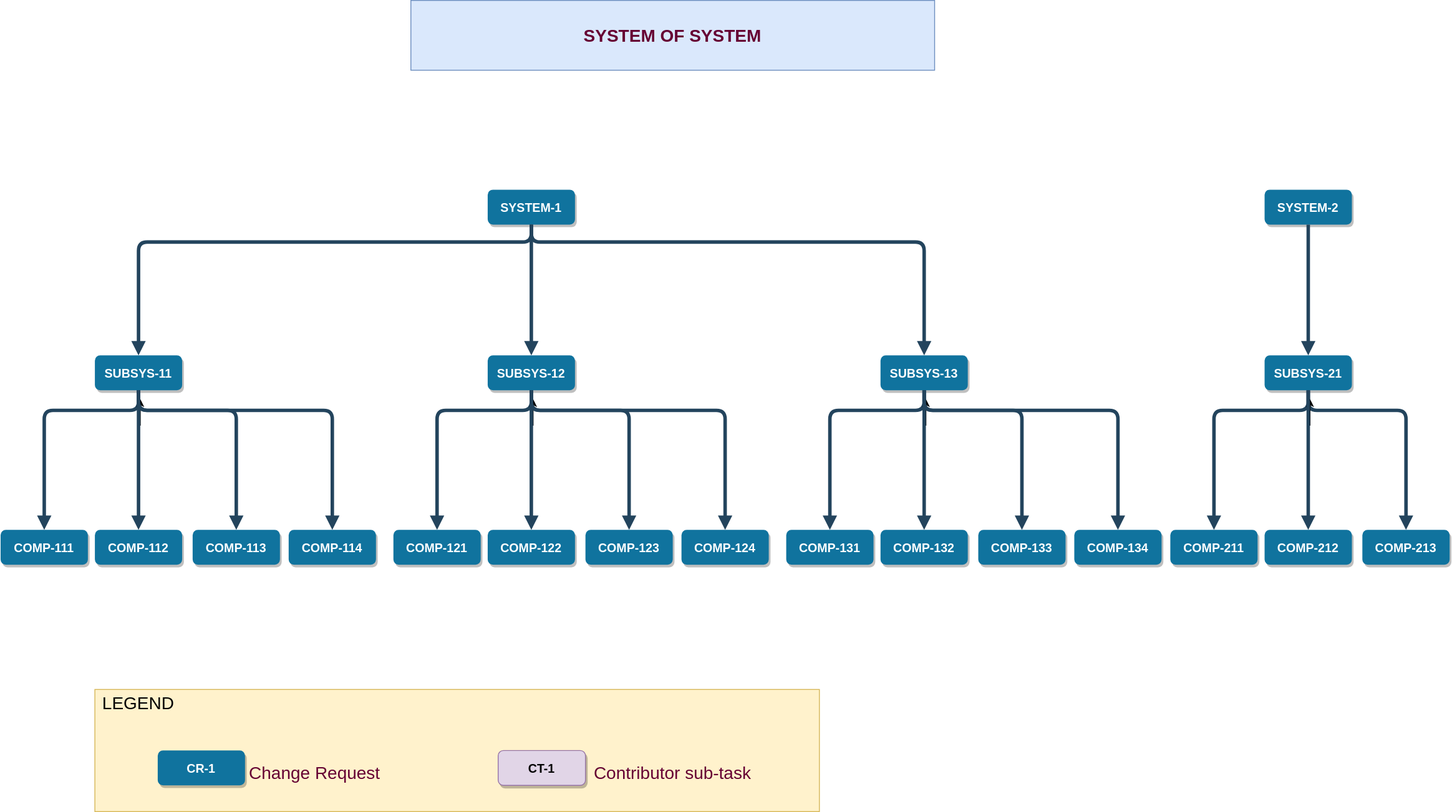
The draw.io diagram SOS_Rhythm2_Contributions.svg in alaindelanay/drawings, before a commit. Source tidied: cells renumbered, new cells last; positions are measured from the earlier drawing's top-left corner, leaving out a move shared by most shapes. Source of this version:
```xml
<mxGraphModel>
  <root>
    <mxCell id="0" />
    <mxCell id="1" parent="0" />
    <mxCell id="2" style="rounded=0;whiteSpace=wrap;html=1;fontSize=20;fillColor=#fff2cc;strokeColor=#d6b656;" parent="1" vertex="1">
      <mxGeometry x="108" y="790" width="830" height="140" as="geometry" />
    </mxCell>
    <mxCell id="3" value="SYSTEM-1" style="rounded=1;fillColor=#10739E;strokeColor=none;shadow=1;gradientColor=none;fontStyle=1;fontColor=#FFFFFF;fontSize=14;" parent="1" vertex="1">
      <mxGeometry x="558" y="217" width="100" height="40" as="geometry" />
    </mxCell>
    <mxCell id="4" value="SUBSYS-11" style="rounded=1;fillColor=#10739E;strokeColor=none;shadow=1;gradientColor=none;fontStyle=1;fontColor=#FFFFFF;fontSize=14;" parent="1" vertex="1">
      <mxGeometry x="108" y="407" width="100" height="40" as="geometry" />
    </mxCell>
    <mxCell id="5" value="COMP-113" style="rounded=1;fillColor=#10739E;strokeColor=none;shadow=1;gradientColor=none;fontStyle=1;fontColor=#FFFFFF;fontSize=14;" parent="1" vertex="1">
      <mxGeometry x="220" y="607" width="100" height="40" as="geometry" />
    </mxCell>
    <mxCell id="6" style="edgeStyle=elbowEdgeStyle;elbow=vertical;strokeWidth=4;endArrow=block;endFill=1;fontStyle=1;strokeColor=#23445D;exitX=0.5;exitY=1;exitDx=0;exitDy=0;entryX=0.5;entryY=0;entryDx=0;entryDy=0;" parent="1" edge="1" source="3" target="4">
      <mxGeometry x="50" y="-17.5" as="geometry">
        <Array as="points">
          <mxPoint x="248" y="277" />
          <mxPoint x="218" y="317" />
          <mxPoint x="520" y="312.5" />
        </Array>
      </mxGeometry>
    </mxCell>
    <mxCell id="7" style="edgeStyle=elbowEdgeStyle;elbow=vertical;strokeWidth=4;endArrow=block;endFill=1;fontStyle=1;strokeColor=#23445D;exitX=0.5;exitY=1;exitDx=0;exitDy=0;entryX=0.5;entryY=0;entryDx=0;entryDy=0;" parent="1" edge="1" source="3" target="27">
      <mxGeometry x="50" y="-17.5" as="geometry">
        <Array as="points">
          <mxPoint x="570" y="277" />
        </Array>
      </mxGeometry>
    </mxCell>
    <mxCell id="8" style="edgeStyle=elbowEdgeStyle;elbow=vertical;strokeWidth=4;endArrow=block;endFill=1;fontStyle=1;strokeColor=#23445D;entryX=0.5;entryY=0;entryDx=0;entryDy=0;" parent="1" edge="1" source="4" target="5">
      <mxGeometry x="90" y="-67.5" as="geometry">
        <Array as="points">
          <mxPoint x="220" y="470" />
        </Array>
      </mxGeometry>
    </mxCell>
    <mxCell id="9" style="edgeStyle=elbowEdgeStyle;elbow=vertical;strokeWidth=4;endArrow=block;endFill=1;fontStyle=1;strokeColor=#23445D;exitX=0.5;exitY=1;exitDx=0;exitDy=0;entryX=0.5;entryY=0;entryDx=0;entryDy=0;" parent="1" edge="1" source="3" target="17">
      <mxGeometry x="330" y="-17.5" as="geometry">
        <Array as="points">
          <mxPoint x="608" y="277" />
        </Array>
      </mxGeometry>
    </mxCell>
    <mxCell id="10" value="COMP-111" style="rounded=1;fillColor=#10739E;strokeColor=none;shadow=1;gradientColor=none;fontStyle=1;fontColor=#FFFFFF;fontSize=14;" parent="1" vertex="1">
      <mxGeometry y="607" width="100" height="40" as="geometry" />
    </mxCell>
    <mxCell id="11" style="edgeStyle=elbowEdgeStyle;elbow=vertical;strokeWidth=4;endArrow=block;endFill=1;fontStyle=1;strokeColor=#23445D;exitX=0.5;exitY=1;exitDx=0;exitDy=0;entryX=0.5;entryY=0;entryDx=0;entryDy=0;" parent="1" edge="1" source="4" target="10">
      <mxGeometry x="-160" y="-67.5" as="geometry">
        <Array as="points">
          <mxPoint x="100" y="470" />
        </Array>
      </mxGeometry>
    </mxCell>
    <mxCell id="12" style="edgeStyle=orthogonalEdgeStyle;rounded=0;orthogonalLoop=1;jettySize=auto;html=1;" parent="1" edge="1">
      <mxGeometry relative="1" as="geometry">
        <mxPoint x="158" y="487" as="sourcePoint" />
        <mxPoint x="160" y="457" as="targetPoint" />
      </mxGeometry>
    </mxCell>
    <mxCell id="13" value="COMP-112" style="rounded=1;fillColor=#10739E;strokeColor=none;shadow=1;gradientColor=none;fontStyle=1;fontColor=#FFFFFF;fontSize=14;" parent="1" vertex="1">
      <mxGeometry x="108" y="607" width="100" height="40" as="geometry" />
    </mxCell>
    <mxCell id="14" style="edgeStyle=elbowEdgeStyle;elbow=vertical;strokeWidth=4;endArrow=block;endFill=1;fontStyle=1;strokeColor=#23445D;exitX=0.5;exitY=1;exitDx=0;exitDy=0;entryX=0.5;entryY=0;entryDx=0;entryDy=0;" parent="1" edge="1" source="4" target="13">
      <mxGeometry x="-150" y="-57.5" as="geometry" />
    </mxCell>
    <mxCell id="15" value="COMP-114" style="rounded=1;fillColor=#10739E;strokeColor=none;shadow=1;gradientColor=none;fontStyle=1;fontColor=#FFFFFF;fontSize=14;" parent="1" vertex="1">
      <mxGeometry x="330" y="607" width="100" height="40" as="geometry" />
    </mxCell>
    <mxCell id="16" style="edgeStyle=elbowEdgeStyle;elbow=vertical;strokeWidth=4;endArrow=block;endFill=1;fontStyle=1;strokeColor=#23445D;entryX=0.5;entryY=0;entryDx=0;entryDy=0;exitX=0.5;exitY=1;exitDx=0;exitDy=0;" parent="1" edge="1" source="4" target="15">
      <mxGeometry x="100" y="-57.5" as="geometry">
        <Array as="points">
          <mxPoint x="270" y="470" />
        </Array>
      </mxGeometry>
    </mxCell>
    <mxCell id="17" value="SUBSYS-12" style="rounded=1;fillColor=#10739E;strokeColor=none;shadow=1;gradientColor=none;fontStyle=1;fontColor=#FFFFFF;fontSize=14;" parent="1" vertex="1">
      <mxGeometry x="558" y="407" width="100" height="40" as="geometry" />
    </mxCell>
    <mxCell id="18" value="COMP-123" style="rounded=1;fillColor=#10739E;strokeColor=none;shadow=1;gradientColor=none;fontStyle=1;fontColor=#FFFFFF;fontSize=14;" parent="1" vertex="1">
      <mxGeometry x="670" y="607" width="100" height="40" as="geometry" />
    </mxCell>
    <mxCell id="19" style="edgeStyle=elbowEdgeStyle;elbow=vertical;strokeWidth=4;endArrow=block;endFill=1;fontStyle=1;strokeColor=#23445D;entryX=0.5;entryY=0;entryDx=0;entryDy=0;" parent="1" edge="1" source="17" target="18">
      <mxGeometry x="540" y="-67.5" as="geometry">
        <Array as="points">
          <mxPoint x="660" y="470" />
        </Array>
      </mxGeometry>
    </mxCell>
    <mxCell id="20" value="COMP-121" style="rounded=1;fillColor=#10739E;strokeColor=none;shadow=1;gradientColor=none;fontStyle=1;fontColor=#FFFFFF;fontSize=14;" parent="1" vertex="1">
      <mxGeometry x="450" y="607" width="100" height="40" as="geometry" />
    </mxCell>
    <mxCell id="21" style="edgeStyle=elbowEdgeStyle;elbow=vertical;strokeWidth=4;endArrow=block;endFill=1;fontStyle=1;strokeColor=#23445D;exitX=0.5;exitY=1;exitDx=0;exitDy=0;entryX=0.5;entryY=0;entryDx=0;entryDy=0;" parent="1" edge="1" source="17" target="20">
      <mxGeometry x="290" y="-67.5" as="geometry">
        <Array as="points">
          <mxPoint x="550" y="470" />
        </Array>
      </mxGeometry>
    </mxCell>
    <mxCell id="22" style="edgeStyle=orthogonalEdgeStyle;rounded=0;orthogonalLoop=1;jettySize=auto;html=1;" parent="1" edge="1">
      <mxGeometry relative="1" as="geometry">
        <mxPoint x="608" y="487" as="sourcePoint" />
        <mxPoint x="610" y="457" as="targetPoint" />
      </mxGeometry>
    </mxCell>
    <mxCell id="23" value="COMP-122" style="rounded=1;fillColor=#10739E;strokeColor=none;shadow=1;gradientColor=none;fontStyle=1;fontColor=#FFFFFF;fontSize=14;" parent="1" vertex="1">
      <mxGeometry x="558" y="607" width="100" height="40" as="geometry" />
    </mxCell>
    <mxCell id="24" style="edgeStyle=elbowEdgeStyle;elbow=vertical;strokeWidth=4;endArrow=block;endFill=1;fontStyle=1;strokeColor=#23445D;exitX=0.5;exitY=1;exitDx=0;exitDy=0;entryX=0.5;entryY=0;entryDx=0;entryDy=0;" parent="1" edge="1" source="17" target="23">
      <mxGeometry x="300" y="-57.5" as="geometry" />
    </mxCell>
    <mxCell id="25" value="COMP-124" style="rounded=1;fillColor=#10739E;strokeColor=none;shadow=1;gradientColor=none;fontStyle=1;fontColor=#FFFFFF;fontSize=14;" parent="1" vertex="1">
      <mxGeometry x="780" y="607" width="100" height="40" as="geometry" />
    </mxCell>
    <mxCell id="26" style="edgeStyle=elbowEdgeStyle;elbow=vertical;strokeWidth=4;endArrow=block;endFill=1;fontStyle=1;strokeColor=#23445D;entryX=0.5;entryY=0;entryDx=0;entryDy=0;exitX=0.5;exitY=1;exitDx=0;exitDy=0;" parent="1" edge="1" source="17" target="25">
      <mxGeometry x="550" y="-57.5" as="geometry">
        <Array as="points">
          <mxPoint x="650" y="470" />
        </Array>
      </mxGeometry>
    </mxCell>
    <mxCell id="27" value="SUBSYS-13" style="rounded=1;fillColor=#10739E;strokeColor=none;shadow=1;gradientColor=none;fontStyle=1;fontColor=#FFFFFF;fontSize=14;" parent="1" vertex="1">
      <mxGeometry x="1008" y="407" width="100" height="40" as="geometry" />
    </mxCell>
    <mxCell id="28" value="COMP-133" style="rounded=1;fillColor=#10739E;strokeColor=none;shadow=1;gradientColor=none;fontStyle=1;fontColor=#FFFFFF;fontSize=14;" parent="1" vertex="1">
      <mxGeometry x="1120" y="607" width="100" height="40" as="geometry" />
    </mxCell>
    <mxCell id="29" style="edgeStyle=elbowEdgeStyle;elbow=vertical;strokeWidth=4;endArrow=block;endFill=1;fontStyle=1;strokeColor=#23445D;entryX=0.5;entryY=0;entryDx=0;entryDy=0;" parent="1" edge="1" source="27" target="28">
      <mxGeometry x="990" y="-67.5" as="geometry">
        <Array as="points">
          <mxPoint x="1110" y="470" />
        </Array>
      </mxGeometry>
    </mxCell>
    <mxCell id="30" value="COMP-131" style="rounded=1;fillColor=#10739E;strokeColor=none;shadow=1;gradientColor=none;fontStyle=1;fontColor=#FFFFFF;fontSize=14;" parent="1" vertex="1">
      <mxGeometry x="900" y="607" width="100" height="40" as="geometry" />
    </mxCell>
    <mxCell id="31" style="edgeStyle=elbowEdgeStyle;elbow=vertical;strokeWidth=4;endArrow=block;endFill=1;fontStyle=1;strokeColor=#23445D;exitX=0.5;exitY=1;exitDx=0;exitDy=0;entryX=0.5;entryY=0;entryDx=0;entryDy=0;" parent="1" edge="1" source="27" target="30">
      <mxGeometry x="740" y="-67.5" as="geometry">
        <Array as="points">
          <mxPoint x="1000" y="470" />
        </Array>
      </mxGeometry>
    </mxCell>
    <mxCell id="32" style="edgeStyle=orthogonalEdgeStyle;rounded=0;orthogonalLoop=1;jettySize=auto;html=1;" parent="1" edge="1">
      <mxGeometry relative="1" as="geometry">
        <mxPoint x="1058" y="487" as="sourcePoint" />
        <mxPoint x="1060" y="457" as="targetPoint" />
      </mxGeometry>
    </mxCell>
    <mxCell id="33" value="COMP-132" style="rounded=1;fillColor=#10739E;strokeColor=none;shadow=1;gradientColor=none;fontStyle=1;fontColor=#FFFFFF;fontSize=14;" parent="1" vertex="1">
      <mxGeometry x="1008" y="607" width="100" height="40" as="geometry" />
    </mxCell>
    <mxCell id="34" style="edgeStyle=elbowEdgeStyle;elbow=vertical;strokeWidth=4;endArrow=block;endFill=1;fontStyle=1;strokeColor=#23445D;exitX=0.5;exitY=1;exitDx=0;exitDy=0;entryX=0.5;entryY=0;entryDx=0;entryDy=0;" parent="1" edge="1" source="27" target="33">
      <mxGeometry x="750" y="-57.5" as="geometry" />
    </mxCell>
    <mxCell id="35" value="COMP-134" style="rounded=1;fillColor=#10739E;strokeColor=none;shadow=1;gradientColor=none;fontStyle=1;fontColor=#FFFFFF;fontSize=14;" parent="1" vertex="1">
      <mxGeometry x="1230" y="607" width="100" height="40" as="geometry" />
    </mxCell>
    <mxCell id="36" style="edgeStyle=elbowEdgeStyle;elbow=vertical;strokeWidth=4;endArrow=block;endFill=1;fontStyle=1;strokeColor=#23445D;entryX=0.5;entryY=0;entryDx=0;entryDy=0;exitX=0.5;exitY=1;exitDx=0;exitDy=0;" parent="1" edge="1" source="27" target="35">
      <mxGeometry x="1000" y="-57.5" as="geometry">
        <Array as="points">
          <mxPoint x="1220" y="470" />
        </Array>
      </mxGeometry>
    </mxCell>
    <mxCell id="37" value="SUBSYS-21" style="rounded=1;fillColor=#10739E;strokeColor=none;shadow=1;gradientColor=none;fontStyle=1;fontColor=#FFFFFF;fontSize=14;" parent="1" vertex="1">
      <mxGeometry x="1448" y="407" width="100" height="40" as="geometry" />
    </mxCell>
    <mxCell id="38" value="COMP-213" style="rounded=1;fillColor=#10739E;strokeColor=none;shadow=1;gradientColor=none;fontStyle=1;fontColor=#FFFFFF;fontSize=14;" parent="1" vertex="1">
      <mxGeometry x="1560" y="607" width="100" height="40" as="geometry" />
    </mxCell>
    <mxCell id="39" style="edgeStyle=elbowEdgeStyle;elbow=vertical;strokeWidth=4;endArrow=block;endFill=1;fontStyle=1;strokeColor=#23445D;entryX=0.5;entryY=0;entryDx=0;entryDy=0;" parent="1" edge="1" source="37" target="38">
      <mxGeometry x="1430" y="-67.5" as="geometry">
        <Array as="points">
          <mxPoint x="1550" y="470" />
        </Array>
      </mxGeometry>
    </mxCell>
    <mxCell id="40" value="COMP-211" style="rounded=1;fillColor=#10739E;strokeColor=none;shadow=1;gradientColor=none;fontStyle=1;fontColor=#FFFFFF;fontSize=14;" parent="1" vertex="1">
      <mxGeometry x="1340" y="607" width="100" height="40" as="geometry" />
    </mxCell>
    <mxCell id="41" style="edgeStyle=elbowEdgeStyle;elbow=vertical;strokeWidth=4;endArrow=block;endFill=1;fontStyle=1;strokeColor=#23445D;exitX=0.5;exitY=1;exitDx=0;exitDy=0;entryX=0.5;entryY=0;entryDx=0;entryDy=0;" parent="1" edge="1" source="37" target="40">
      <mxGeometry x="1180" y="-67.5" as="geometry">
        <Array as="points">
          <mxPoint x="1430" y="470" />
        </Array>
      </mxGeometry>
    </mxCell>
    <mxCell id="42" style="edgeStyle=orthogonalEdgeStyle;rounded=0;orthogonalLoop=1;jettySize=auto;html=1;" parent="1" edge="1">
      <mxGeometry relative="1" as="geometry">
        <mxPoint x="1498" y="487" as="sourcePoint" />
        <mxPoint x="1500" y="457" as="targetPoint" />
      </mxGeometry>
    </mxCell>
    <mxCell id="43" value="COMP-212" style="rounded=1;fillColor=#10739E;strokeColor=none;shadow=1;gradientColor=none;fontStyle=1;fontColor=#FFFFFF;fontSize=14;" parent="1" vertex="1">
      <mxGeometry x="1448" y="607" width="100" height="40" as="geometry" />
    </mxCell>
    <mxCell id="44" style="edgeStyle=elbowEdgeStyle;elbow=vertical;strokeWidth=4;endArrow=block;endFill=1;fontStyle=1;strokeColor=#23445D;exitX=0.5;exitY=1;exitDx=0;exitDy=0;entryX=0.5;entryY=0;entryDx=0;entryDy=0;" parent="1" edge="1" source="37" target="43">
      <mxGeometry x="1190" y="-57.5" as="geometry" />
    </mxCell>
    <mxCell id="45" value="SYSTEM-2" style="rounded=1;fillColor=#10739E;strokeColor=none;shadow=1;gradientColor=none;fontStyle=1;fontColor=#FFFFFF;fontSize=14;" parent="1" vertex="1">
      <mxGeometry x="1448" y="217" width="100" height="40" as="geometry" />
    </mxCell>
    <mxCell id="46" style="edgeStyle=elbowEdgeStyle;elbow=vertical;strokeWidth=4;endArrow=block;endFill=1;fontStyle=1;strokeColor=#23445D;entryX=0.5;entryY=0;entryDx=0;entryDy=0;exitX=0.5;exitY=1;exitDx=0;exitDy=0;" parent="1" edge="1" source="45" target="37">
      <mxGeometry x="772" y="-97.5" as="geometry" />
    </mxCell>
    <mxCell id="47" value="SYSTEM OF SYSTEM" style="rounded=0;whiteSpace=wrap;html=1;fillColor=#dae8fc;strokeColor=#6c8ebf;fontSize=20;fontStyle=1;fontColor=#660033;" parent="1" vertex="1">
      <mxGeometry x="470" width="600" height="80" as="geometry" />
    </mxCell>
    <mxCell id="48" value="CR-1" style="rounded=1;fillColor=#10739E;strokeColor=none;shadow=1;gradientColor=none;fontStyle=1;fontColor=#FFFFFF;fontSize=14;" parent="1" vertex="1">
      <mxGeometry x="180" y="860" width="100" height="40" as="geometry" />
    </mxCell>
    <mxCell id="49" value="Change Request" style="text;html=1;strokeColor=none;fillColor=none;align=center;verticalAlign=middle;whiteSpace=wrap;rounded=0;fontSize=20;fontColor=#660033;" parent="1" vertex="1">
      <mxGeometry x="250" y="870" width="220" height="30" as="geometry" />
    </mxCell>
    <mxCell id="50" value="CT-1" style="rounded=1;fillColor=#e1d5e7;strokeColor=#9673a6;shadow=1;fontStyle=1;fontSize=14;" parent="1" vertex="1">
      <mxGeometry x="570" y="860" width="100" height="40" as="geometry" />
    </mxCell>
    <mxCell id="51" value="Contributor sub-task" style="text;html=1;strokeColor=none;fillColor=none;align=center;verticalAlign=middle;whiteSpace=wrap;rounded=0;fontSize=20;fontColor=#660033;" parent="1" vertex="1">
      <mxGeometry x="660" y="870" width="220" height="30" as="geometry" />
    </mxCell>
    <mxCell id="52" value="LEGEND" style="text;html=1;strokeColor=none;fillColor=none;align=center;verticalAlign=middle;whiteSpace=wrap;rounded=0;fontSize=20;fontColor=#000000;" parent="1" vertex="1">
      <mxGeometry x="128" y="790" width="60" height="30" as="geometry" />
    </mxCell>
  </root>
</mxGraphModel>
```
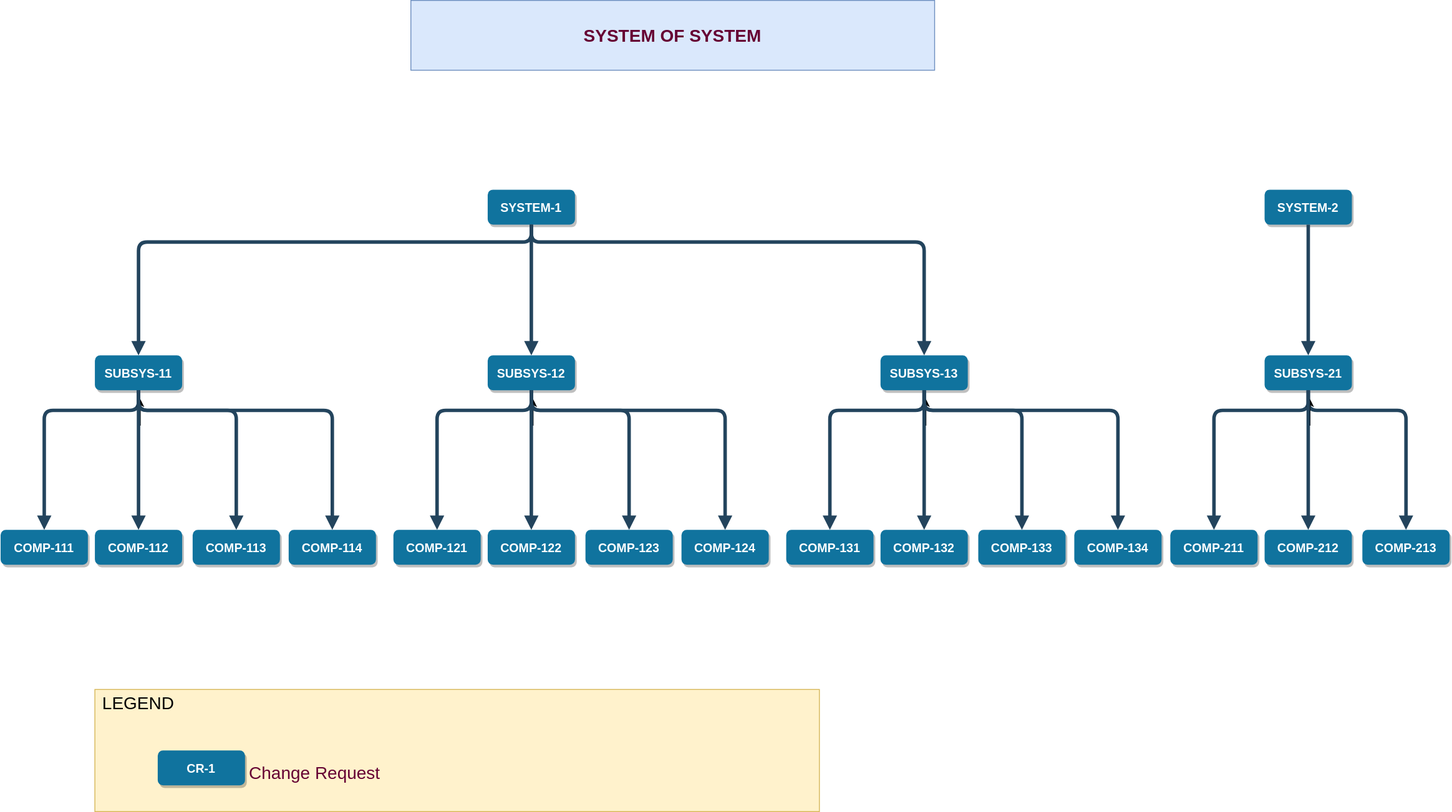
After the commit.

The edit, as a diff of the source:
```diff
@@ -216,12 +216,6 @@
     <mxCell id="49" value="Change Request" style="text;html=1;strokeColor=none;fillColor=none;align=center;verticalAlign=middle;whiteSpace=wrap;rounded=0;fontSize=20;fontColor=#660033;" parent="1" vertex="1">
       <mxGeometry x="250" y="870" width="220" height="30" as="geometry" />
     </mxCell>
-    <mxCell id="50" value="CT-1" style="rounded=1;fillColor=#e1d5e7;strokeColor=#9673a6;shadow=1;fontStyle=1;fontSize=14;" parent="1" vertex="1">
-      <mxGeometry x="570" y="860" width="100" height="40" as="geometry" />
-    </mxCell>
-    <mxCell id="51" value="Contributor sub-task" style="text;html=1;strokeColor=none;fillColor=none;align=center;verticalAlign=middle;whiteSpace=wrap;rounded=0;fontSize=20;fontColor=#660033;" parent="1" vertex="1">
-      <mxGeometry x="660" y="870" width="220" height="30" as="geometry" />
-    </mxCell>
     <mxCell id="52" value="LEGEND" style="text;html=1;strokeColor=none;fillColor=none;align=center;verticalAlign=middle;whiteSpace=wrap;rounded=0;fontSize=20;fontColor=#000000;" parent="1" vertex="1">
       <mxGeometry x="128" y="790" width="60" height="30" as="geometry" />
     </mxCell>
```
